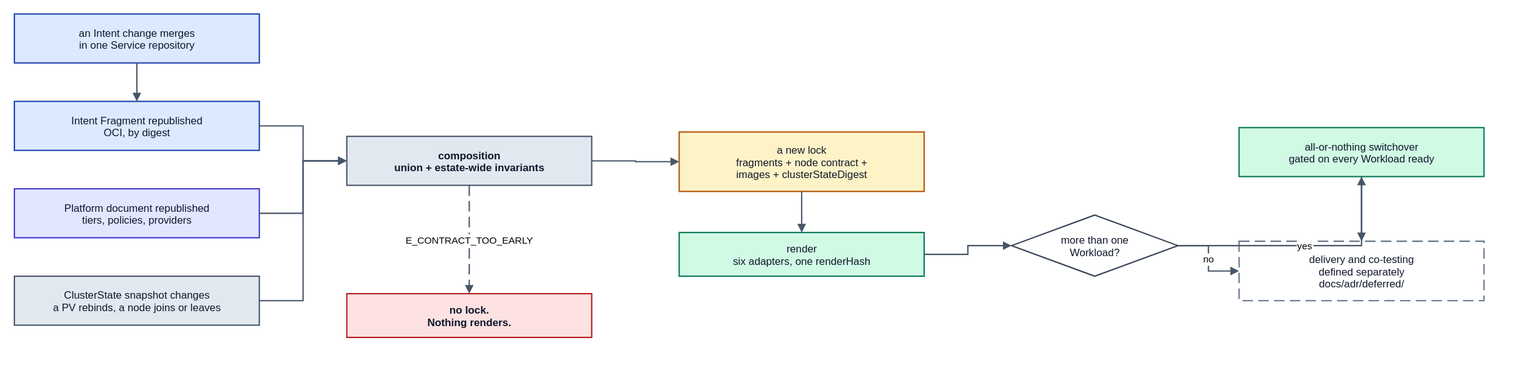
This is spec/v1/diagrams/50-change-end-to-end.drawio.svg from JorisJonkers-dev/deploy-kit, a draw.io export, as it was before one commit. Source tidied: cells renumbered, new cells last; positions are measured from the earlier drawing's top-left corner, leaving out a move shared by most shapes. Source of this version:
```xml
<mxGraphModel>
  <root>
    <mxCell id="0" />
    <mxCell id="1" parent="0" />
    <mxCell id="2" value="an Intent change merges&#10;in one Service repository" style="rounded=0;whiteSpace=nowrap;html=0;align=center;verticalAlign=middle;fillColor=#dbeafe;strokeColor=#1e40af;strokeWidth=1.5;fontFamily=Helvetica;fontSize=12;fontColor=#0f172a;" parent="1" vertex="1">
      <mxGeometry width="280" height="56" as="geometry" />
    </mxCell>
    <mxCell id="3" value="Intent Fragment republished&#10;OCI, by digest" style="rounded=0;whiteSpace=nowrap;html=0;align=center;verticalAlign=middle;fillColor=#dbeafe;strokeColor=#1e40af;strokeWidth=1.5;fontFamily=Helvetica;fontSize=12;fontColor=#0f172a;" parent="1" vertex="1">
      <mxGeometry y="100" width="280" height="56" as="geometry" />
    </mxCell>
    <mxCell id="4" value="Platform document republished&#10;tiers, policies, providers" style="rounded=0;whiteSpace=nowrap;html=0;align=center;verticalAlign=middle;fillColor=#e0e7ff;strokeColor=#4338ca;strokeWidth=1.5;fontFamily=Helvetica;fontSize=12;fontColor=#0f172a;" parent="1" vertex="1">
      <mxGeometry y="200" width="280" height="56" as="geometry" />
    </mxCell>
    <mxCell id="5" value="ClusterState snapshot changes&#10;a PV rebinds, a node joins or leaves" style="rounded=0;whiteSpace=nowrap;html=0;align=center;verticalAlign=middle;fillColor=#e2e8f0;strokeColor=#475569;strokeWidth=1.5;fontFamily=Helvetica;fontSize=12;fontColor=#0f172a;" parent="1" vertex="1">
      <mxGeometry y="300" width="280" height="56" as="geometry" />
    </mxCell>
    <mxCell id="6" value="composition&#10;union + estate-wide invariants" style="rounded=0;whiteSpace=nowrap;html=0;align=center;verticalAlign=middle;fillColor=#e2e8f0;strokeColor=#475569;strokeWidth=1.5;fontFamily=Helvetica;fontSize=12;fontColor=#0f172a;fontStyle=1;" parent="1" vertex="1">
      <mxGeometry x="380" y="140" width="280" height="56" as="geometry" />
    </mxCell>
    <mxCell id="7" value="no lock.&#10;Nothing renders." style="rounded=0;whiteSpace=nowrap;html=0;align=center;verticalAlign=middle;fillColor=#fee2e2;strokeColor=#b91c1c;strokeWidth=1.5;fontFamily=Helvetica;fontSize=12;fontColor=#0f172a;fontStyle=1;" parent="1" vertex="1">
      <mxGeometry x="380" y="320" width="280" height="50" as="geometry" />
    </mxCell>
    <mxCell id="8" value="a new lock&#10;fragments + node contract +&#10;images + clusterStateDigest" style="rounded=0;whiteSpace=nowrap;html=0;align=center;verticalAlign=middle;fillColor=#fef3c7;strokeColor=#b45309;strokeWidth=1.5;fontFamily=Helvetica;fontSize=12;fontColor=#0f172a;" parent="1" vertex="1">
      <mxGeometry x="760" y="135" width="280" height="68" as="geometry" />
    </mxCell>
    <mxCell id="9" value="render&#10;six adapters, one renderHash" style="rounded=0;whiteSpace=nowrap;html=0;align=center;verticalAlign=middle;fillColor=#d1fae5;strokeColor=#047857;strokeWidth=1.5;fontFamily=Helvetica;fontSize=12;fontColor=#0f172a;" parent="1" vertex="1">
      <mxGeometry x="760" y="250" width="280" height="50" as="geometry" />
    </mxCell>
    <mxCell id="10" value="more than one&#10;Workload?" style="rhombus;rounded=0;whiteSpace=nowrap;html=0;align=center;verticalAlign=middle;fillColor=#ffffff;strokeColor=#334155;strokeWidth=1.5;fontFamily=Helvetica;fontSize=12;fontColor=#0f172a;" parent="1" vertex="1">
      <mxGeometry x="1140" y="230" width="190" height="70" as="geometry" />
    </mxCell>
    <mxCell id="11" value="all-or-nothing switchover&#10;gated on every Workload ready" style="rounded=0;whiteSpace=nowrap;html=0;align=center;verticalAlign=middle;fillColor=#d1fae5;strokeColor=#047857;strokeWidth=1.5;fontFamily=Helvetica;fontSize=12;fontColor=#0f172a;" parent="1" vertex="1">
      <mxGeometry x="1400" y="130" width="280" height="56" as="geometry" />
    </mxCell>
    <mxCell id="12" value="delivery and co-testing&#10;defined separately&#10;docs/adr/deferred/" style="rounded=0;whiteSpace=nowrap;html=0;align=center;verticalAlign=middle;fillColor=#ffffff;strokeColor=#64748b;strokeWidth=1.5;fontFamily=Helvetica;fontSize=12;fontColor=#0f172a;dashed=1;dashPattern=8 4;" parent="1" vertex="1">
      <mxGeometry x="1400" y="260" width="280" height="68" as="geometry" />
    </mxCell>
    <mxCell id="13" style="edgeStyle=orthogonalEdgeStyle;rounded=0;html=0;jettySize=auto;endArrow=block;endFill=1;strokeColor=#475569;strokeWidth=1.5;fontSize=11;fontFamily=Helvetica;labelBackgroundColor=#ffffff;" parent="1" edge="1" source="2" target="3">
      <mxGeometry relative="1" as="geometry" />
    </mxCell>
    <mxCell id="14" style="edgeStyle=orthogonalEdgeStyle;rounded=0;html=0;jettySize=auto;endArrow=block;endFill=1;strokeColor=#475569;strokeWidth=1.5;fontSize=11;fontFamily=Helvetica;labelBackgroundColor=#ffffff;entryX=0;entryY=0.5;entryDx=0;entryDy=0;" parent="1" edge="1" source="3" target="6">
      <mxGeometry relative="1" as="geometry" />
    </mxCell>
    <mxCell id="15" style="edgeStyle=orthogonalEdgeStyle;rounded=0;html=0;jettySize=auto;endArrow=block;endFill=1;strokeColor=#475569;strokeWidth=1.5;fontSize=11;fontFamily=Helvetica;labelBackgroundColor=#ffffff;entryX=0;entryY=0.5;entryDx=0;entryDy=0;" parent="1" edge="1" source="4" target="6">
      <mxGeometry relative="1" as="geometry" />
    </mxCell>
    <mxCell id="16" style="edgeStyle=orthogonalEdgeStyle;rounded=0;html=0;jettySize=auto;endArrow=block;endFill=1;strokeColor=#475569;strokeWidth=1.5;fontSize=11;fontFamily=Helvetica;labelBackgroundColor=#ffffff;entryX=0;entryY=0.5;entryDx=0;entryDy=0;" parent="1" edge="1" source="5" target="6">
      <mxGeometry relative="1" as="geometry" />
    </mxCell>
    <mxCell id="17" style="edgeStyle=orthogonalEdgeStyle;rounded=0;html=0;jettySize=auto;endArrow=block;endFill=1;strokeColor=#475569;strokeWidth=1.5;fontSize=11;fontFamily=Helvetica;labelBackgroundColor=#ffffff;" parent="1" edge="1" source="6" target="8">
      <mxGeometry relative="1" as="geometry" />
    </mxCell>
    <mxCell id="18" style="edgeStyle=orthogonalEdgeStyle;rounded=0;html=0;jettySize=auto;endArrow=block;endFill=1;strokeColor=#475569;strokeWidth=1.5;fontSize=11;fontFamily=Helvetica;labelBackgroundColor=#ffffff;" parent="1" edge="1" source="8" target="9">
      <mxGeometry relative="1" as="geometry" />
    </mxCell>
    <mxCell id="19" style="edgeStyle=orthogonalEdgeStyle;rounded=0;html=0;jettySize=auto;endArrow=block;endFill=1;strokeColor=#475569;strokeWidth=1.5;fontSize=11;fontFamily=Helvetica;labelBackgroundColor=#ffffff;" parent="1" edge="1" source="9" target="10">
      <mxGeometry relative="1" as="geometry" />
    </mxCell>
    <mxCell id="20" value="yes" style="edgeStyle=orthogonalEdgeStyle;rounded=0;html=0;jettySize=auto;endArrow=block;endFill=1;strokeColor=#475569;strokeWidth=1.5;fontSize=11;fontFamily=Helvetica;labelBackgroundColor=#ffffff;" parent="1" edge="1" source="10" target="11">
      <mxGeometry relative="1" as="geometry" />
    </mxCell>
    <mxCell id="21" value="no" style="edgeStyle=orthogonalEdgeStyle;rounded=0;html=0;jettySize=auto;endArrow=block;endFill=1;strokeColor=#475569;strokeWidth=1.5;fontSize=11;fontFamily=Helvetica;labelBackgroundColor=#ffffff;" parent="1" edge="1" source="10" target="12">
      <mxGeometry relative="1" as="geometry" />
    </mxCell>
    <mxCell id="22" style="edgeStyle=orthogonalEdgeStyle;rounded=0;html=0;jettySize=auto;endArrow=block;endFill=1;strokeColor=#475569;strokeWidth=1.5;fontSize=11;fontFamily=Helvetica;labelBackgroundColor=#ffffff;" parent="1" edge="1" source="11" target="12">
      <mxGeometry relative="1" as="geometry" />
    </mxCell>
    <mxCell id="23" value="E_CONTRACT_TOO_EARLY" style="edgeStyle=orthogonalEdgeStyle;rounded=0;html=0;jettySize=auto;endArrow=block;endFill=1;strokeColor=#475569;strokeWidth=1.5;fontSize=11;fontFamily=Helvetica;labelBackgroundColor=#ffffff;dashed=1;dashPattern=8 4;exitX=0.5;exitY=1;exitDx=0;exitDy=0;entryX=0.5;entryY=0;entryDx=0;entryDy=0;" parent="1" edge="1" source="6" target="7">
      <mxGeometry relative="1" as="geometry" />
    </mxCell>
  </root>
</mxGraphModel>
```
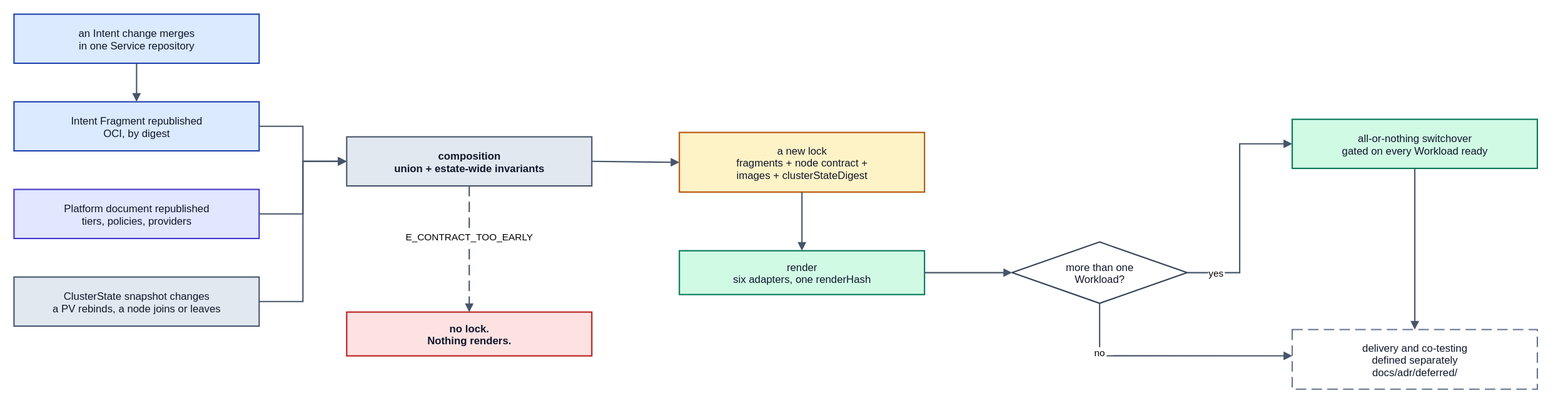
The same file after the commit.

Diff of the diagram source:
```diff
@@ -18,55 +18,79 @@
       <mxGeometry x="380" y="140" width="280" height="56" as="geometry" />
     </mxCell>
     <mxCell id="7" value="no lock.&#10;Nothing renders." style="rounded=0;whiteSpace=nowrap;html=0;align=center;verticalAlign=middle;fillColor=#fee2e2;strokeColor=#b91c1c;strokeWidth=1.5;fontFamily=Helvetica;fontSize=12;fontColor=#0f172a;fontStyle=1;" parent="1" vertex="1">
-      <mxGeometry x="380" y="320" width="280" height="50" as="geometry" />
+      <mxGeometry x="380" y="340" width="280" height="50" as="geometry" />
     </mxCell>
     <mxCell id="8" value="a new lock&#10;fragments + node contract +&#10;images + clusterStateDigest" style="rounded=0;whiteSpace=nowrap;html=0;align=center;verticalAlign=middle;fillColor=#fef3c7;strokeColor=#b45309;strokeWidth=1.5;fontFamily=Helvetica;fontSize=12;fontColor=#0f172a;" parent="1" vertex="1">
       <mxGeometry x="760" y="135" width="280" height="68" as="geometry" />
     </mxCell>
     <mxCell id="9" value="render&#10;six adapters, one renderHash" style="rounded=0;whiteSpace=nowrap;html=0;align=center;verticalAlign=middle;fillColor=#d1fae5;strokeColor=#047857;strokeWidth=1.5;fontFamily=Helvetica;fontSize=12;fontColor=#0f172a;" parent="1" vertex="1">
-      <mxGeometry x="760" y="250" width="280" height="50" as="geometry" />
+      <mxGeometry x="760" y="270" width="280" height="50" as="geometry" />
     </mxCell>
     <mxCell id="10" value="more than one&#10;Workload?" style="rhombus;rounded=0;whiteSpace=nowrap;html=0;align=center;verticalAlign=middle;fillColor=#ffffff;strokeColor=#334155;strokeWidth=1.5;fontFamily=Helvetica;fontSize=12;fontColor=#0f172a;" parent="1" vertex="1">
-      <mxGeometry x="1140" y="230" width="190" height="70" as="geometry" />
+      <mxGeometry x="1140" y="260" width="200" height="70" as="geometry" />
     </mxCell>
     <mxCell id="11" value="all-or-nothing switchover&#10;gated on every Workload ready" style="rounded=0;whiteSpace=nowrap;html=0;align=center;verticalAlign=middle;fillColor=#d1fae5;strokeColor=#047857;strokeWidth=1.5;fontFamily=Helvetica;fontSize=12;fontColor=#0f172a;" parent="1" vertex="1">
-      <mxGeometry x="1400" y="130" width="280" height="56" as="geometry" />
+      <mxGeometry x="1460" y="120" width="280" height="56" as="geometry" />
     </mxCell>
     <mxCell id="12" value="delivery and co-testing&#10;defined separately&#10;docs/adr/deferred/" style="rounded=0;whiteSpace=nowrap;html=0;align=center;verticalAlign=middle;fillColor=#ffffff;strokeColor=#64748b;strokeWidth=1.5;fontFamily=Helvetica;fontSize=12;fontColor=#0f172a;dashed=1;dashPattern=8 4;" parent="1" vertex="1">
-      <mxGeometry x="1400" y="260" width="280" height="68" as="geometry" />
+      <mxGeometry x="1460" y="360" width="280" height="68" as="geometry" />
     </mxCell>
-    <mxCell id="13" style="edgeStyle=orthogonalEdgeStyle;rounded=0;html=0;jettySize=auto;endArrow=block;endFill=1;strokeColor=#475569;strokeWidth=1.5;fontSize=11;fontFamily=Helvetica;labelBackgroundColor=#ffffff;" parent="1" edge="1" source="2" target="3">
+    <mxCell id="13" style="edgeStyle=orthogonalEdgeStyle;rounded=0;html=0;jettySize=auto;jumpStyle=arc;jumpSize=8;endArrow=block;endFill=1;strokeColor=#475569;strokeWidth=1.5;fontSize=11;fontFamily=Helvetica;labelBackgroundColor=#ffffff;exitX=0.5;exitY=1;exitDx=0;exitDy=0;entryX=0.5;entryY=0;entryDx=0;entryDy=0;" parent="1" edge="1" source="2" target="3">
       <mxGeometry relative="1" as="geometry" />
     </mxCell>
-    <mxCell id="14" style="edgeStyle=orthogonalEdgeStyle;rounded=0;html=0;jettySize=auto;endArrow=block;endFill=1;strokeColor=#475569;strokeWidth=1.5;fontSize=11;fontFamily=Helvetica;labelBackgroundColor=#ffffff;entryX=0;entryY=0.5;entryDx=0;entryDy=0;" parent="1" edge="1" source="3" target="6">
-      <mxGeometry relative="1" as="geometry" />
+    <mxCell id="14" style="edgeStyle=orthogonalEdgeStyle;rounded=0;html=0;jettySize=auto;jumpStyle=arc;jumpSize=8;endArrow=block;endFill=1;strokeColor=#475569;strokeWidth=1.5;fontSize=11;fontFamily=Helvetica;labelBackgroundColor=#ffffff;exitX=1;exitY=0.5;exitDx=0;exitDy=0;entryX=0;entryY=0.5;entryDx=0;entryDy=0;" parent="1" edge="1" source="3" target="6">
+      <mxGeometry relative="1" as="geometry">
+        <Array as="points">
+          <mxPoint x="330" y="128" />
+          <mxPoint x="330" y="168" />
+        </Array>
+      </mxGeometry>
     </mxCell>
-    <mxCell id="15" style="edgeStyle=orthogonalEdgeStyle;rounded=0;html=0;jettySize=auto;endArrow=block;endFill=1;strokeColor=#475569;strokeWidth=1.5;fontSize=11;fontFamily=Helvetica;labelBackgroundColor=#ffffff;entryX=0;entryY=0.5;entryDx=0;entryDy=0;" parent="1" edge="1" source="4" target="6">
-      <mxGeometry relative="1" as="geometry" />
+    <mxCell id="15" style="edgeStyle=orthogonalEdgeStyle;rounded=0;html=0;jettySize=auto;jumpStyle=arc;jumpSize=8;endArrow=block;endFill=1;strokeColor=#475569;strokeWidth=1.5;fontSize=11;fontFamily=Helvetica;labelBackgroundColor=#ffffff;exitX=1;exitY=0.5;exitDx=0;exitDy=0;entryX=0;entryY=0.5;entryDx=0;entryDy=0;" parent="1" edge="1" source="4" target="6">
+      <mxGeometry relative="1" as="geometry">
+        <Array as="points">
+          <mxPoint x="330" y="228" />
+          <mxPoint x="330" y="168" />
+        </Array>
+      </mxGeometry>
     </mxCell>
-    <mxCell id="16" style="edgeStyle=orthogonalEdgeStyle;rounded=0;html=0;jettySize=auto;endArrow=block;endFill=1;strokeColor=#475569;strokeWidth=1.5;fontSize=11;fontFamily=Helvetica;labelBackgroundColor=#ffffff;entryX=0;entryY=0.5;entryDx=0;entryDy=0;" parent="1" edge="1" source="5" target="6">
-      <mxGeometry relative="1" as="geometry" />
+    <mxCell id="16" style="edgeStyle=orthogonalEdgeStyle;rounded=0;html=0;jettySize=auto;jumpStyle=arc;jumpSize=8;endArrow=block;endFill=1;strokeColor=#475569;strokeWidth=1.5;fontSize=11;fontFamily=Helvetica;labelBackgroundColor=#ffffff;exitX=1;exitY=0.5;exitDx=0;exitDy=0;entryX=0;entryY=0.5;entryDx=0;entryDy=0;" parent="1" edge="1" source="5" target="6">
+      <mxGeometry relative="1" as="geometry">
+        <Array as="points">
+          <mxPoint x="330" y="328" />
+          <mxPoint x="330" y="168" />
+        </Array>
+      </mxGeometry>
     </mxCell>
-    <mxCell id="17" style="edgeStyle=orthogonalEdgeStyle;rounded=0;html=0;jettySize=auto;endArrow=block;endFill=1;strokeColor=#475569;strokeWidth=1.5;fontSize=11;fontFamily=Helvetica;labelBackgroundColor=#ffffff;" parent="1" edge="1" source="6" target="8">
+    <mxCell id="17" style="edgeStyle=orthogonalEdgeStyle;rounded=0;html=0;jettySize=auto;jumpStyle=arc;jumpSize=8;endArrow=block;endFill=1;strokeColor=#475569;strokeWidth=1.5;fontSize=11;fontFamily=Helvetica;labelBackgroundColor=#ffffff;exitX=1;exitY=0.5;exitDx=0;exitDy=0;entryX=0;entryY=0.5;entryDx=0;entryDy=0;" parent="1" edge="1" source="6" target="8">
       <mxGeometry relative="1" as="geometry" />
     </mxCell>
-    <mxCell id="18" style="edgeStyle=orthogonalEdgeStyle;rounded=0;html=0;jettySize=auto;endArrow=block;endFill=1;strokeColor=#475569;strokeWidth=1.5;fontSize=11;fontFamily=Helvetica;labelBackgroundColor=#ffffff;" parent="1" edge="1" source="8" target="9">
+    <mxCell id="18" style="edgeStyle=orthogonalEdgeStyle;rounded=0;html=0;jettySize=auto;jumpStyle=arc;jumpSize=8;endArrow=block;endFill=1;strokeColor=#475569;strokeWidth=1.5;fontSize=11;fontFamily=Helvetica;labelBackgroundColor=#ffffff;exitX=0.5;exitY=1;exitDx=0;exitDy=0;entryX=0.5;entryY=0;entryDx=0;entryDy=0;" parent="1" edge="1" source="8" target="9">
       <mxGeometry relative="1" as="geometry" />
     </mxCell>
-    <mxCell id="19" style="edgeStyle=orthogonalEdgeStyle;rounded=0;html=0;jettySize=auto;endArrow=block;endFill=1;strokeColor=#475569;strokeWidth=1.5;fontSize=11;fontFamily=Helvetica;labelBackgroundColor=#ffffff;" parent="1" edge="1" source="9" target="10">
+    <mxCell id="19" style="edgeStyle=orthogonalEdgeStyle;rounded=0;html=0;jettySize=auto;jumpStyle=arc;jumpSize=8;endArrow=block;endFill=1;strokeColor=#475569;strokeWidth=1.5;fontSize=11;fontFamily=Helvetica;labelBackgroundColor=#ffffff;exitX=1;exitY=0.5;exitDx=0;exitDy=0;entryX=0;entryY=0.5;entryDx=0;entryDy=0;" parent="1" edge="1" source="9" target="10">
       <mxGeometry relative="1" as="geometry" />
     </mxCell>
-    <mxCell id="20" value="yes" style="edgeStyle=orthogonalEdgeStyle;rounded=0;html=0;jettySize=auto;endArrow=block;endFill=1;strokeColor=#475569;strokeWidth=1.5;fontSize=11;fontFamily=Helvetica;labelBackgroundColor=#ffffff;" parent="1" edge="1" source="10" target="11">
-      <mxGeometry relative="1" as="geometry" />
+    <mxCell id="20" value="yes" style="edgeStyle=orthogonalEdgeStyle;rounded=0;html=0;jettySize=auto;jumpStyle=arc;jumpSize=8;endArrow=block;endFill=1;strokeColor=#475569;strokeWidth=1.5;fontSize=11;fontFamily=Helvetica;labelBackgroundColor=#ffffff;exitX=1;exitY=0.5;exitDx=0;exitDy=0;entryX=0;entryY=0.5;entryDx=0;entryDy=0;" parent="1" edge="1" source="10" target="11">
+      <mxGeometry x="-0.75" relative="1" as="geometry">
+        <Array as="points">
+          <mxPoint x="1400" y="295" />
+          <mxPoint x="1400" y="148" />
+        </Array>
+      </mxGeometry>
     </mxCell>
-    <mxCell id="21" value="no" style="edgeStyle=orthogonalEdgeStyle;rounded=0;html=0;jettySize=auto;endArrow=block;endFill=1;strokeColor=#475569;strokeWidth=1.5;fontSize=11;fontFamily=Helvetica;labelBackgroundColor=#ffffff;" parent="1" edge="1" source="10" target="12">
-      <mxGeometry relative="1" as="geometry" />
+    <mxCell id="21" value="no" style="edgeStyle=orthogonalEdgeStyle;rounded=0;html=0;jettySize=auto;jumpStyle=arc;jumpSize=8;endArrow=block;endFill=1;strokeColor=#475569;strokeWidth=1.5;fontSize=11;fontFamily=Helvetica;labelBackgroundColor=#ffffff;exitX=0.5;exitY=1;exitDx=0;exitDy=0;entryX=0;entryY=0.44;entryDx=0;entryDy=0;" parent="1" edge="1" source="10" target="12">
+      <mxGeometry x="-0.6" relative="1" as="geometry">
+        <Array as="points">
+          <mxPoint x="1240" y="390" />
+        </Array>
+      </mxGeometry>
     </mxCell>
-    <mxCell id="22" style="edgeStyle=orthogonalEdgeStyle;rounded=0;html=0;jettySize=auto;endArrow=block;endFill=1;strokeColor=#475569;strokeWidth=1.5;fontSize=11;fontFamily=Helvetica;labelBackgroundColor=#ffffff;" parent="1" edge="1" source="11" target="12">
+    <mxCell id="22" style="edgeStyle=orthogonalEdgeStyle;rounded=0;html=0;jettySize=auto;jumpStyle=arc;jumpSize=8;endArrow=block;endFill=1;strokeColor=#475569;strokeWidth=1.5;fontSize=11;fontFamily=Helvetica;labelBackgroundColor=#ffffff;exitX=0.5;exitY=1;exitDx=0;exitDy=0;entryX=0.5;entryY=0;entryDx=0;entryDy=0;" parent="1" edge="1" source="11" target="12">
       <mxGeometry relative="1" as="geometry" />
     </mxCell>
-    <mxCell id="23" value="E_CONTRACT_TOO_EARLY" style="edgeStyle=orthogonalEdgeStyle;rounded=0;html=0;jettySize=auto;endArrow=block;endFill=1;strokeColor=#475569;strokeWidth=1.5;fontSize=11;fontFamily=Helvetica;labelBackgroundColor=#ffffff;dashed=1;dashPattern=8 4;exitX=0.5;exitY=1;exitDx=0;exitDy=0;entryX=0.5;entryY=0;entryDx=0;entryDy=0;" parent="1" edge="1" source="6" target="7">
-      <mxGeometry relative="1" as="geometry" />
+    <mxCell id="23" value="E_CONTRACT_TOO_EARLY" style="edgeStyle=orthogonalEdgeStyle;rounded=0;html=0;jettySize=auto;jumpStyle=arc;jumpSize=8;endArrow=block;endFill=1;strokeColor=#475569;strokeWidth=1.5;fontSize=11;fontFamily=Helvetica;labelBackgroundColor=#ffffff;dashed=1;dashPattern=8 4;exitX=0.5;exitY=1;exitDx=0;exitDy=0;entryX=0.5;entryY=0;entryDx=0;entryDy=0;" parent="1" edge="1" source="6" target="7">
+      <mxGeometry x="-0.2" relative="1" as="geometry" />
     </mxCell>
   </root>
 </mxGraphModel>
```
